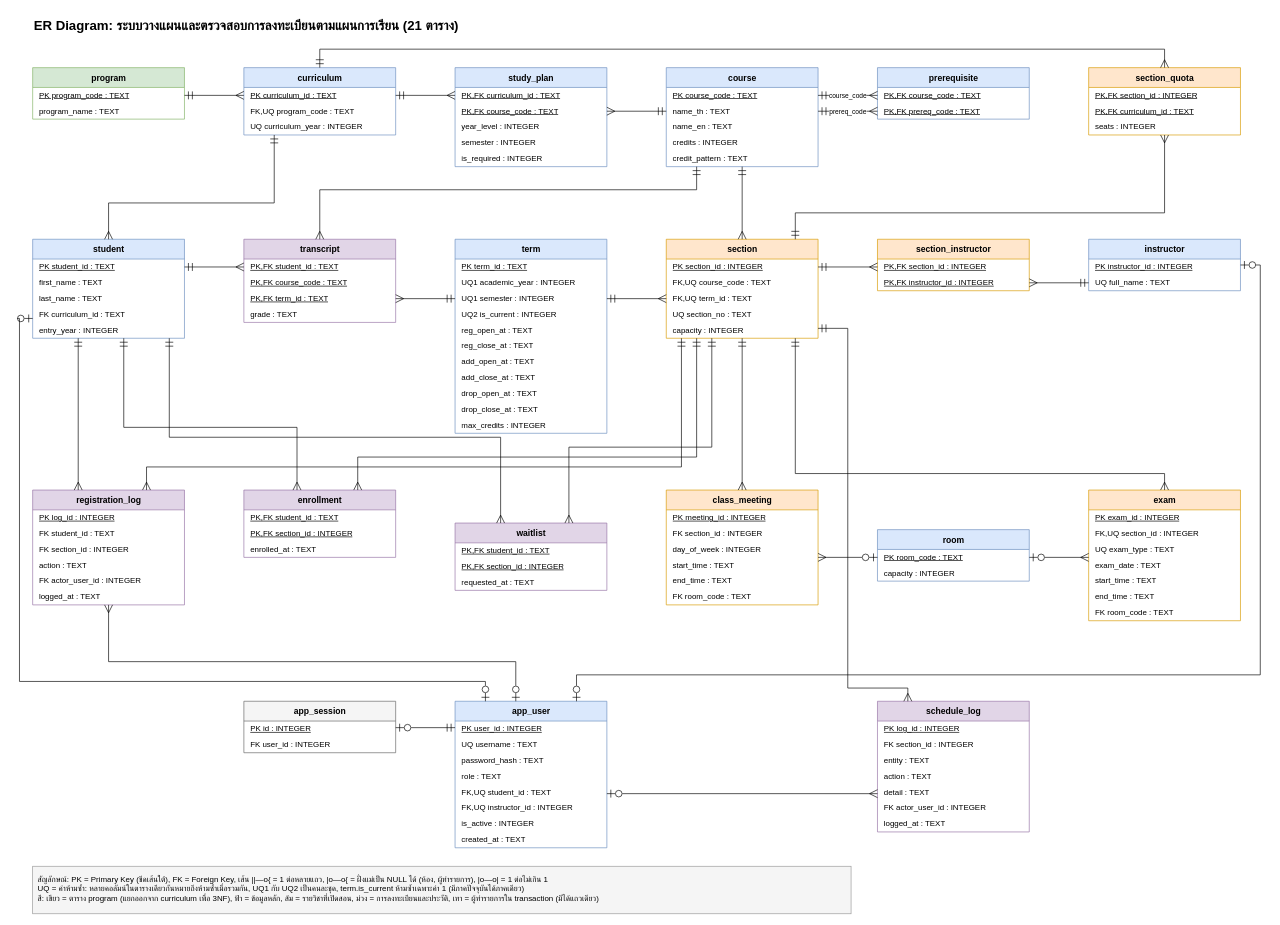
This is Diagrams/registration-er.drawio from winxtxrgit/db-mini-project-registration, a draw.io file, before an edit. Source tidied: cells renumbered, new cells numbered last; positions are measured from the earlier drawing's top-left corner, leaving out a move shared by most shapes. Both pictures are drawn from the tidied source at 66%, with x=0, y=0 at pixel (19, 11).
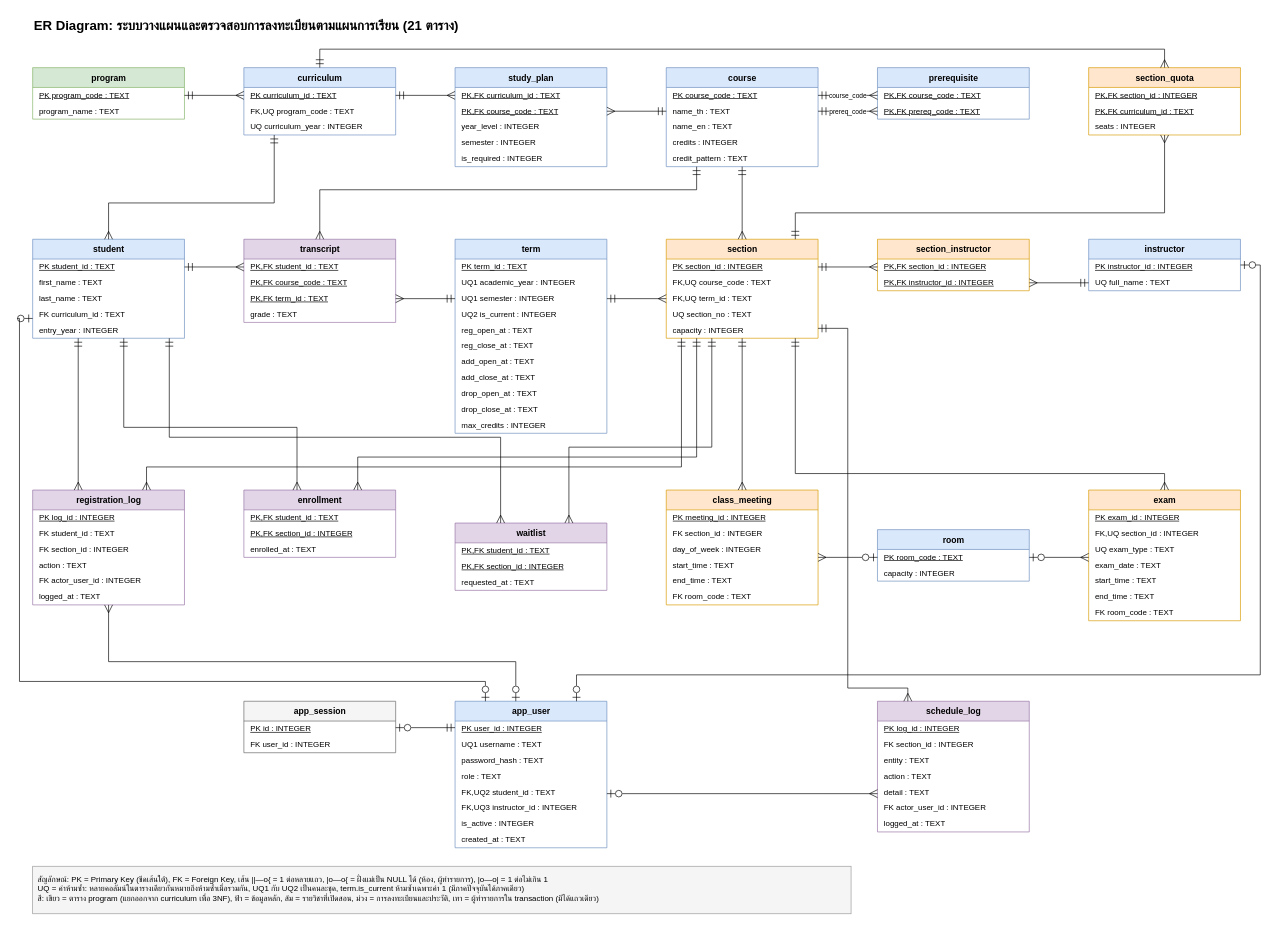
Above is the later version.

Commit message (it also covers changes not shown here):
ER: แก้ป้าย UNIQUE ของ app_user เป็น UQ1/UQ2/UQ3 ให้ตรง schema (username, student_id, instructor_id ห้ามซ้ำแยกกัน ไม่ใช่รวมกัน)

The change refers to these unchanged cells:
```xml
<mxCell id="126" value="app_user" style="swimlane;fontStyle=1;horizontal=1;startSize=30;html=1;fillColor=#dae8fc;strokeColor=#6c8ebf;fontSize=13;" parent="1" vertex="1">
  <mxGeometry x="660" y="1045" width="230" height="222" as="geometry" />
</mxCell>
```

Change to the diagram source:
```diff
@@
-    <mxCell id="128" value="UQ  username : TEXT" style="text;strokeColor=none;fillColor=none;align=left;verticalAlign=middle;spacingLeft=8;spacingRight=4;overflow=hidden;fontStyle=0;fontSize=12;html=1;" parent="126" vertex="1">
+    <mxCell id="128" value="UQ1  username : TEXT" style="text;strokeColor=none;fillColor=none;align=left;verticalAlign=middle;spacingLeft=8;spacingRight=4;overflow=hidden;fontStyle=0;fontSize=12;html=1;" parent="126" vertex="1">
       <mxGeometry y="54" width="230" height="24" as="geometry" />
     </mxCell>
@@
-    <mxCell id="131" value="FK,UQ  student_id : TEXT" style="text;strokeColor=none;fillColor=none;align=left;verticalAlign=middle;spacingLeft=8;spacingRight=4;overflow=hidden;fontStyle=0;fontSize=12;html=1;" parent="126" vertex="1">
+    <mxCell id="131" value="FK,UQ2  student_id : TEXT" style="text;strokeColor=none;fillColor=none;align=left;verticalAlign=middle;spacingLeft=8;spacingRight=4;overflow=hidden;fontStyle=0;fontSize=12;html=1;" parent="126" vertex="1">
       <mxGeometry y="126" width="230" height="24" as="geometry" />
     </mxCell>
-    <mxCell id="132" value="FK,UQ  instructor_id : INTEGER" style="text;strokeColor=none;fillColor=none;align=left;verticalAlign=middle;spacingLeft=8;spacingRight=4;overflow=hidden;fontStyle=0;fontSize=12;html=1;" parent="126" vertex="1">
+    <mxCell id="132" value="FK,UQ3  instructor_id : INTEGER" style="text;strokeColor=none;fillColor=none;align=left;verticalAlign=middle;spacingLeft=8;spacingRight=4;overflow=hidden;fontStyle=0;fontSize=12;html=1;" parent="126" vertex="1">
       <mxGeometry y="150" width="230" height="24" as="geometry" />
     </mxCell>
```
